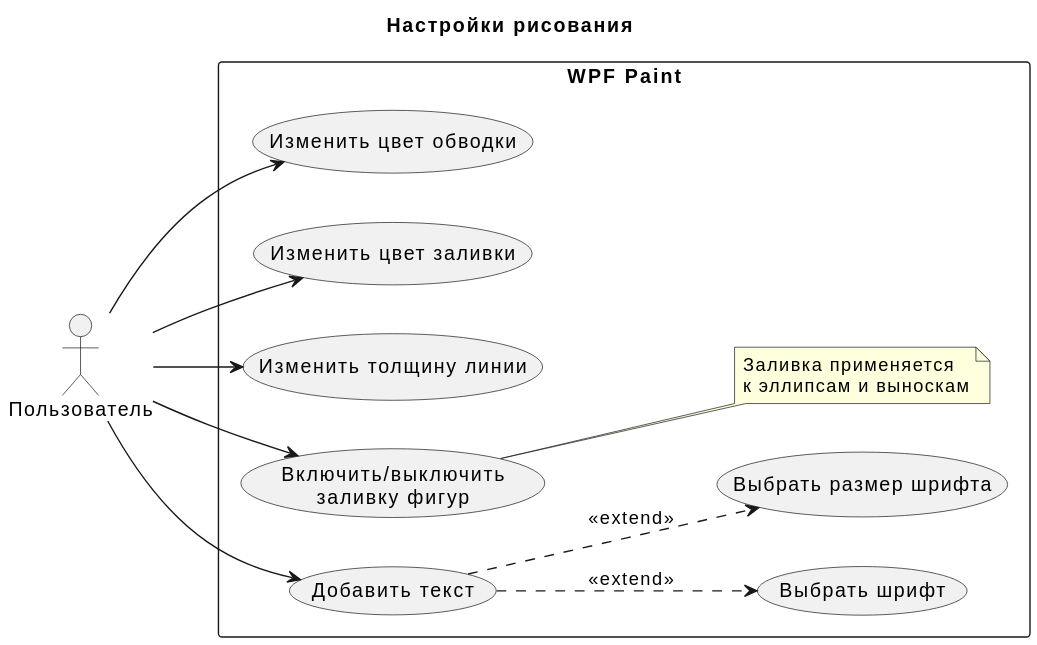
Before: UML/Настройки рисования.svg, a diagram exported from PlantUML (ObemaM/WPFPaint). Its diagram source:
```plantuml
@startuml
title Настройки рисования
left to right direction

actor Пользователь

rectangle "WPF Paint" {
    usecase "Изменить цвет обводки" as UC_StrokeColor
    usecase "Изменить цвет заливки" as UC_FillColor
    usecase "Изменить толщину линии" as UC_Thickness
    usecase "Включить/выключить\nзаливку фигур" as UC_Filled
    usecase "Добавить текст" as UC_Text
    usecase "Выбрать шрифт" as UC_Font
    usecase "Выбрать размер шрифта" as UC_FontSize

    note right of UC_Filled
        Заливка применяется
        к эллипсам и выноскам
    end note
}

Пользователь --> UC_StrokeColor
Пользователь --> UC_FillColor
Пользователь --> UC_Thickness
Пользователь --> UC_Filled
Пользователь --> UC_Text

UC_Text ..> UC_Font : <<extend>>
UC_Text ..> UC_FontSize : <<extend>>
@enduml
```
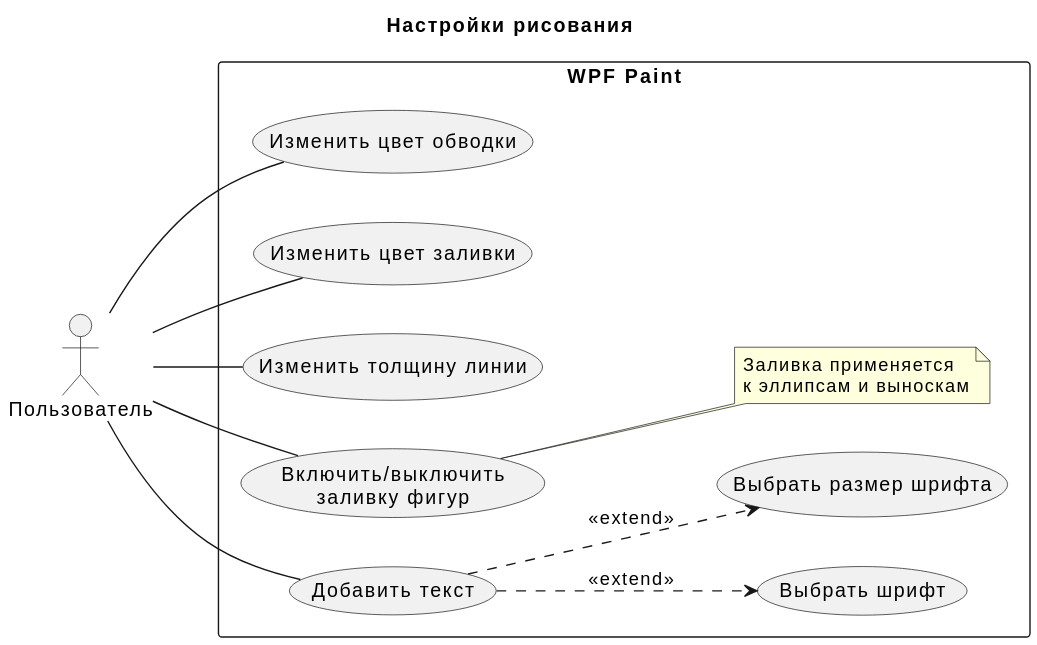
Above is the later version.

Diff of the diagram source:
```diff
@@ -19,11 +19,11 @@
     end note
 }
 
-Пользователь --> UC_StrokeColor
-Пользователь --> UC_FillColor
-Пользователь --> UC_Thickness
-Пользователь --> UC_Filled
-Пользователь --> UC_Text
+Пользователь -- UC_StrokeColor
+Пользователь -- UC_FillColor
+Пользователь -- UC_Thickness
+Пользователь -- UC_Filled
+Пользователь -- UC_Text
 
 UC_Text ..> UC_Font : <<extend>>
 UC_Text ..> UC_FontSize : <<extend>>
```
